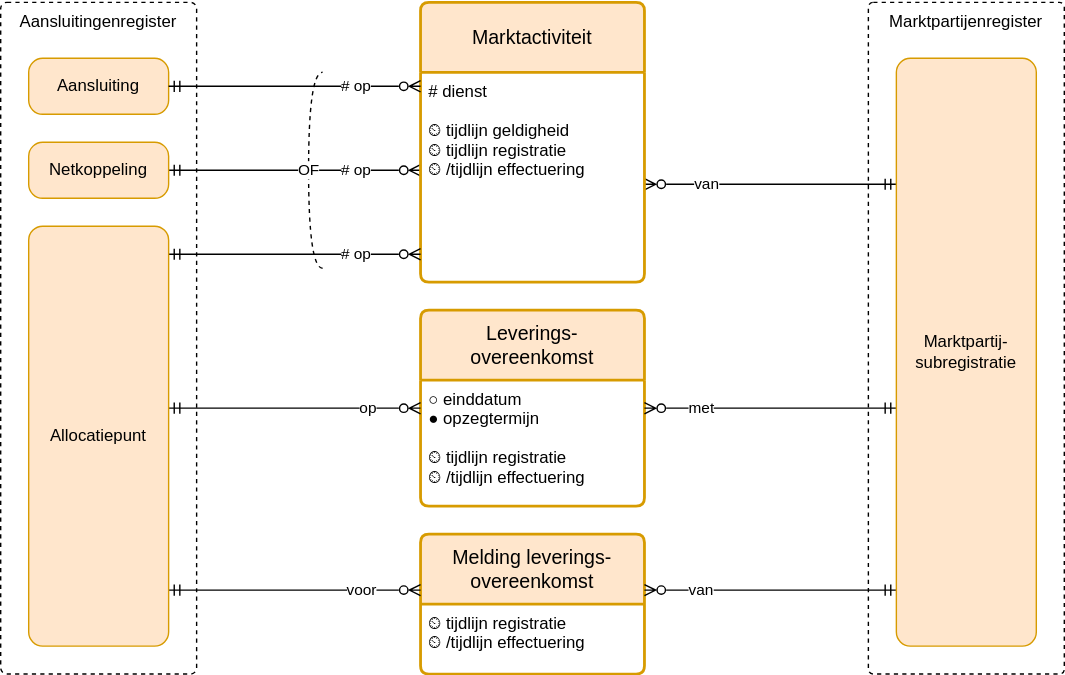
Before: registers/marktactiviteitenregister/1.3/marktactiviteitenregister.drawio.svg, a diagram exported from draw.io (Netbeheer-Nederland/stelsel). Source tidied: cells renumbered, new cells last; positions are measured from the earlier drawing's top-left corner, leaving out a move shared by most shapes. The source it was exported from:
```xml
<mxGraphModel>
  <root>
    <mxCell id="0" />
    <mxCell id="1" parent="0" />
    <mxCell id="2" value="Aansluitingenregister" style="rounded=1;whiteSpace=wrap;html=1;sketch=0;dashed=1;verticalAlign=top;arcSize=9;absoluteArcSize=1;" parent="1" vertex="1">
      <mxGeometry width="140" height="480" as="geometry" />
    </mxCell>
    <mxCell id="3" value="Marktpartijenregister" style="rounded=1;whiteSpace=wrap;html=1;sketch=0;dashed=1;verticalAlign=top;arcSize=7;spacing=2;absoluteArcSize=1;" parent="1" vertex="1">
      <mxGeometry x="620" width="140" height="480" as="geometry" />
    </mxCell>
    <mxCell id="4" value="van" style="endArrow=ERmandOne;html=1;rounded=0;startArrow=ERzeroToMany;startFill=0;endFill=0;edgeStyle=elbowEdgeStyle;align=left;elbow=vertical;" parent="1" edge="1" source="6">
      <mxGeometry x="-0.62" relative="1" as="geometry">
        <mxPoint x="640" y="130" as="targetPoint" />
      </mxGeometry>
    </mxCell>
    <mxCell id="5" value="# op" style="endArrow=ERmandOne;html=1;rounded=0;endFill=0;startArrow=ERzeroToMany;startFill=0;edgeStyle=elbowEdgeStyle;elbow=vertical;align=right;" parent="1" edge="1" source="6" target="19">
      <mxGeometry x="-0.62" relative="1" as="geometry" />
    </mxCell>
    <mxCell id="6" value="Marktactiviteit" style="swimlane;horizontal=1;startSize=50;rounded=1;fontSize=14;fontStyle=0;strokeWidth=2;shadow=0;dashed=0;align=center;fillColor=#ffe6cc;strokeColor=#d79b00;arcSize=4;html=1;whiteSpace=wrap;spacing=10;" parent="1" vertex="1">
      <mxGeometry x="300" width="160" height="200" as="geometry" />
    </mxCell>
    <mxCell id="7" value="# dienst&#10;&#10;⏲ tijdlijn geldigheid&#10;⏲ tijdlijn registratie&#10;⏲ /tijdlijn effectuering" style="align=left;strokeColor=none;fillColor=none;spacingLeft=4;fontSize=12;verticalAlign=top;" parent="6" vertex="1">
      <mxGeometry y="50" width="160" height="150" as="geometry" />
    </mxCell>
    <mxCell id="8" value="Leverings-overeenkomst" style="swimlane;horizontal=1;startSize=50;rounded=1;fontSize=14;fontStyle=0;strokeWidth=2;shadow=0;dashed=0;align=center;fillColor=#ffe6cc;strokeColor=#d79b00;arcSize=4;html=1;whiteSpace=wrap;spacing=10;" parent="1" vertex="1">
      <mxGeometry x="300" y="220" width="160" height="140" as="geometry" />
    </mxCell>
    <mxCell id="9" value="○ einddatum&#10;● opzegtermijn&#10;&#10;⏲ tijdlijn registratie&#10;⏲ /tijdlijn effectuering" style="align=left;strokeColor=none;fillColor=none;spacingLeft=4;fontSize=12;verticalAlign=top;" parent="8" vertex="1">
      <mxGeometry y="50" width="160" height="90" as="geometry" />
    </mxCell>
    <mxCell id="10" value="# op" style="endArrow=ERmandOne;html=1;rounded=0;endFill=0;startArrow=ERzeroToMany;startFill=0;edgeStyle=elbowEdgeStyle;elbow=vertical;align=right;" parent="1" edge="1" source="6">
      <mxGeometry x="-0.62" relative="1" as="geometry">
        <mxPoint x="120" y="180" as="targetPoint" />
      </mxGeometry>
    </mxCell>
    <mxCell id="11" value="OF" style="endArrow=none;dashed=1;html=1;rounded=0;edgeStyle=orthogonalEdgeStyle;curved=1;" parent="1" edge="1">
      <mxGeometry relative="1" as="geometry">
        <mxPoint x="230" y="190" as="sourcePoint" />
        <mxPoint x="230" y="50" as="targetPoint" />
        <Array as="points">
          <mxPoint x="220" y="190" />
          <mxPoint x="220" y="50" />
        </Array>
      </mxGeometry>
    </mxCell>
    <mxCell id="12" value="op" style="endArrow=ERmandOne;html=1;rounded=0;endFill=0;startArrow=ERzeroToMany;startFill=0;edgeStyle=elbowEdgeStyle;elbow=vertical;align=right;" parent="1" edge="1" source="8">
      <mxGeometry x="-0.67" relative="1" as="geometry">
        <mxPoint x="120" y="290" as="targetPoint" />
      </mxGeometry>
    </mxCell>
    <mxCell id="13" value="met" style="endArrow=ERmandOne;html=1;rounded=0;startArrow=ERzeroToMany;startFill=0;endFill=0;edgeStyle=elbowEdgeStyle;align=left;elbow=vertical;" parent="1" edge="1" source="8">
      <mxGeometry x="-0.67" relative="1" as="geometry">
        <mxPoint x="640" y="290" as="targetPoint" />
      </mxGeometry>
    </mxCell>
    <mxCell id="14" value="Melding leverings-overeenkomst" style="swimlane;horizontal=1;startSize=50;rounded=1;fontSize=14;fontStyle=0;strokeWidth=2;shadow=0;dashed=0;align=center;fillColor=#ffe6cc;strokeColor=#d79b00;arcSize=4;html=1;whiteSpace=wrap;spacing=10;" parent="1" vertex="1">
      <mxGeometry x="300" y="380" width="160" height="100" as="geometry" />
    </mxCell>
    <mxCell id="15" value="⏲ tijdlijn registratie&#10;⏲ /tijdlijn effectuering" style="align=left;strokeColor=none;fillColor=none;spacingLeft=4;fontSize=12;verticalAlign=top;" parent="14" vertex="1">
      <mxGeometry y="50" width="160" height="50" as="geometry" />
    </mxCell>
    <mxCell id="16" value="voor" style="endArrow=ERmandOne;html=1;rounded=0;endFill=0;startArrow=ERzeroToMany;startFill=0;edgeStyle=elbowEdgeStyle;elbow=vertical;align=right;" parent="1" edge="1" source="14">
      <mxGeometry x="-0.67" relative="1" as="geometry">
        <mxPoint x="120" y="420" as="targetPoint" />
      </mxGeometry>
    </mxCell>
    <mxCell id="17" value="van" style="endArrow=ERmandOne;html=1;rounded=0;startArrow=ERzeroToMany;startFill=0;endFill=0;edgeStyle=elbowEdgeStyle;align=left;elbow=vertical;" parent="1" edge="1" source="14">
      <mxGeometry x="-0.67" relative="1" as="geometry">
        <mxPoint x="640" y="420" as="targetPoint" />
      </mxGeometry>
    </mxCell>
    <mxCell id="18" value="Allocatiepunt" style="rounded=1;whiteSpace=wrap;html=1;absoluteArcSize=1;fillColor=#ffe6cc;strokeColor=#d79b00;spacing=10;" parent="1" vertex="1">
      <mxGeometry x="20" y="160" width="100" height="300" as="geometry" />
    </mxCell>
    <mxCell id="19" value="Netkoppeling" style="rounded=1;whiteSpace=wrap;html=1;absoluteArcSize=1;fillColor=#ffe6cc;strokeColor=#d79b00;spacing=10;" parent="1" vertex="1">
      <mxGeometry x="20" y="100" width="100" height="40" as="geometry" />
    </mxCell>
    <mxCell id="20" value="Marktpartij-subregistratie" style="rounded=1;whiteSpace=wrap;html=1;absoluteArcSize=1;fillColor=#ffe6cc;strokeColor=#d79b00;spacing=10;" parent="1" vertex="1">
      <mxGeometry x="640" y="40" width="100" height="420" as="geometry" />
    </mxCell>
    <mxCell id="21" value="Aansluiting" style="rounded=1;whiteSpace=wrap;html=1;absoluteArcSize=1;fillColor=#ffe6cc;strokeColor=#d79b00;spacing=10;" parent="1" vertex="1">
      <mxGeometry x="20" y="40" width="100" height="40" as="geometry" />
    </mxCell>
    <mxCell id="22" value="# op" style="endArrow=ERmandOne;html=1;rounded=0;endFill=0;startArrow=ERzeroToMany;startFill=0;edgeStyle=elbowEdgeStyle;elbow=vertical;align=right;" parent="1" edge="1" source="6" target="21">
      <mxGeometry x="-0.62" relative="1" as="geometry" />
    </mxCell>
  </root>
</mxGraphModel>
```
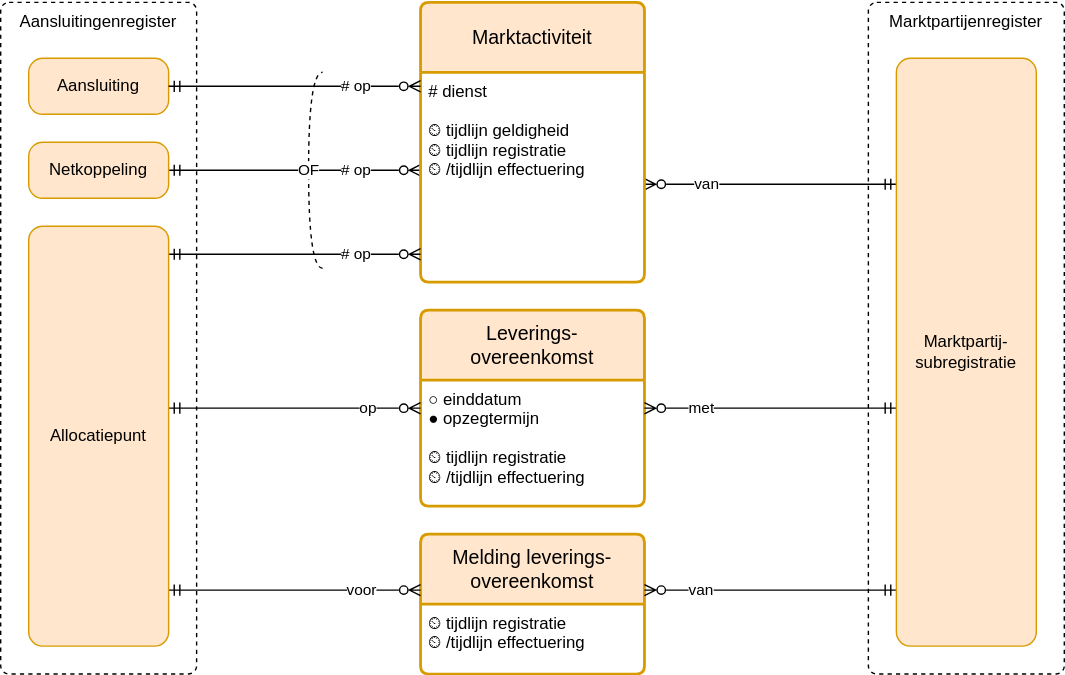
After the change.

The edit, as a diff of the source:
```diff
@@ -2,10 +2,10 @@
   <root>
     <mxCell id="0" />
     <mxCell id="1" parent="0" />
-    <mxCell id="2" value="Aansluitingenregister" style="rounded=1;whiteSpace=wrap;html=1;sketch=0;dashed=1;verticalAlign=top;arcSize=9;absoluteArcSize=1;" parent="1" vertex="1">
+    <mxCell id="2" value="Aansluitingenregister" style="rounded=1;whiteSpace=wrap;html=1;sketch=0;dashed=1;verticalAlign=top;arcSize=12;absoluteArcSize=1;" parent="1" vertex="1">
       <mxGeometry width="140" height="480" as="geometry" />
     </mxCell>
-    <mxCell id="3" value="Marktpartijenregister" style="rounded=1;whiteSpace=wrap;html=1;sketch=0;dashed=1;verticalAlign=top;arcSize=7;spacing=2;absoluteArcSize=1;" parent="1" vertex="1">
+    <mxCell id="3" value="Marktpartijenregister" style="rounded=1;whiteSpace=wrap;html=1;sketch=0;dashed=1;verticalAlign=top;arcSize=12;spacing=2;absoluteArcSize=1;" parent="1" vertex="1">
       <mxGeometry x="620" width="140" height="480" as="geometry" />
     </mxCell>
     <mxCell id="4" value="van" style="endArrow=ERmandOne;html=1;rounded=0;startArrow=ERzeroToMany;startFill=0;endFill=0;edgeStyle=elbowEdgeStyle;align=left;elbow=vertical;" parent="1" edge="1" source="6">
```
